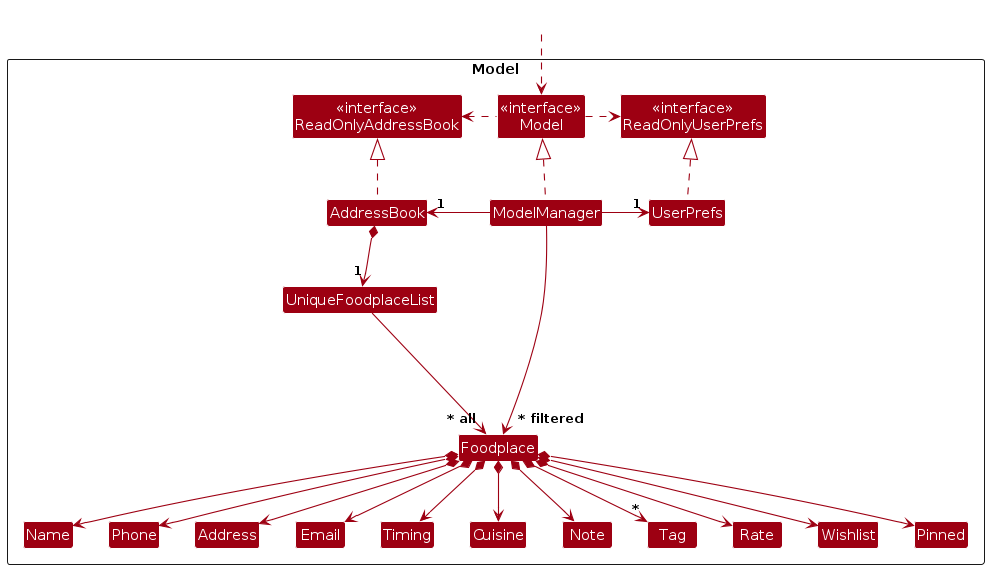
Before: diagrams/ModelClassDiagram.png, a diagram exported from PlantUML (AY2526S1-CS2103T-W14-2/tp). Its source is kept beside it as diagrams/ModelClassDiagram.puml.
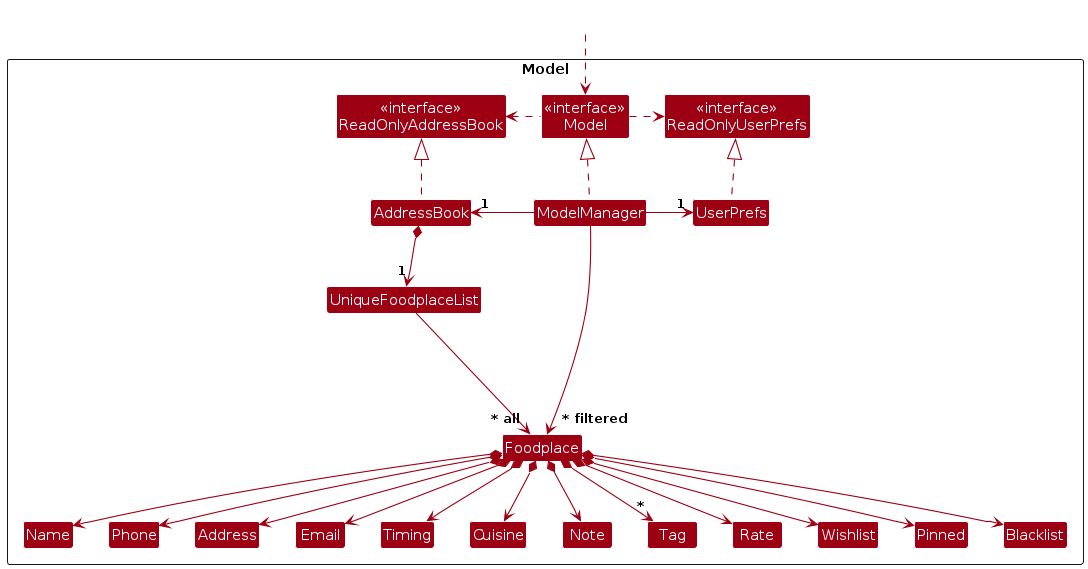
Above is the later version.

Diff of the diagram source:
```diff
@@ -25,6 +25,7 @@
 Class Tag
 Class Timing
 Class Wishlist
+Class Blacklist
 
 Class I #FFFFFF
 }
@@ -54,6 +55,7 @@
 Foodplace *--> Pinned
 Foodplace *--> Rate
 Foodplace *--> Wishlist
+Foodplace *--> Blacklist
 
 Foodplace -[hidden]up--> I
 UniqueFoodplaceList -[hidden]right-> I
```
